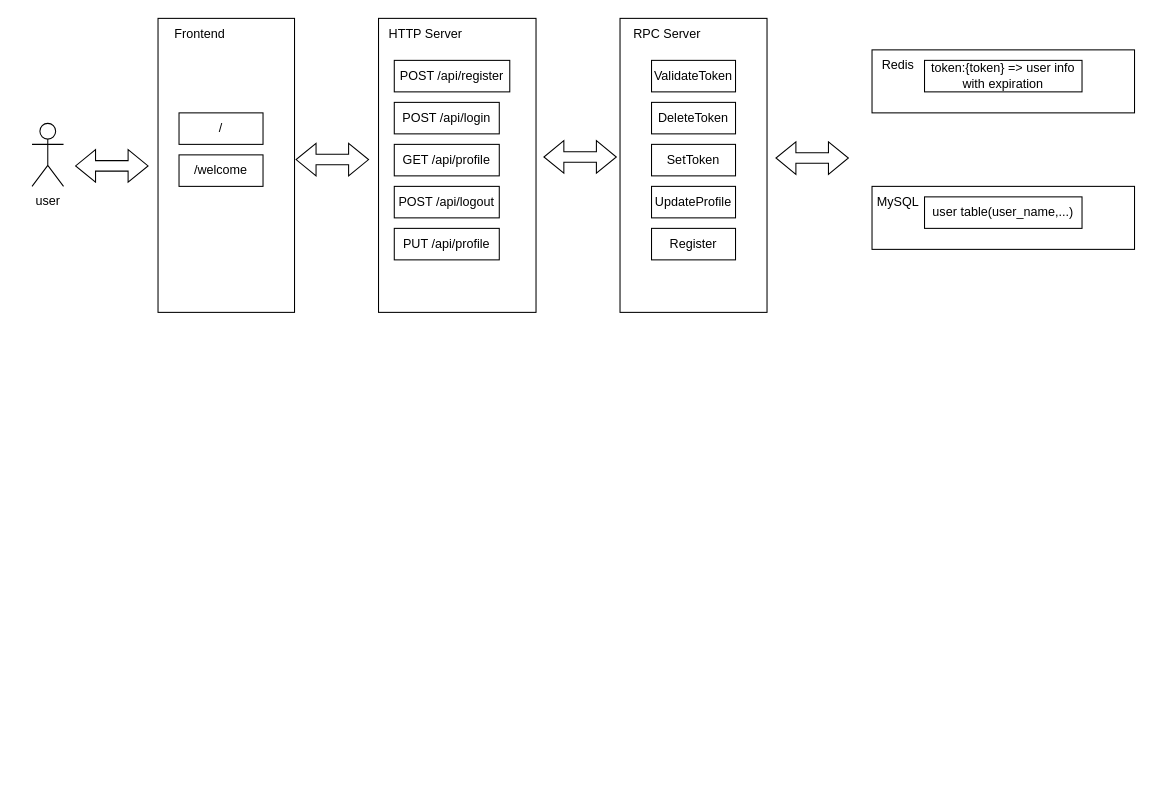
The draw.io diagram page "System Overview" (1 of 3) of entry_task.drawio in xhd2015/bog, before the edit. Source tidied: cells renumbered, new cells numbered last; positions are measured from the earlier drawing's top-left corner, leaving out a move shared by most shapes. Both pictures are drawn from the tidied source at 105%, with x=0, y=0 at pixel (32, 18).
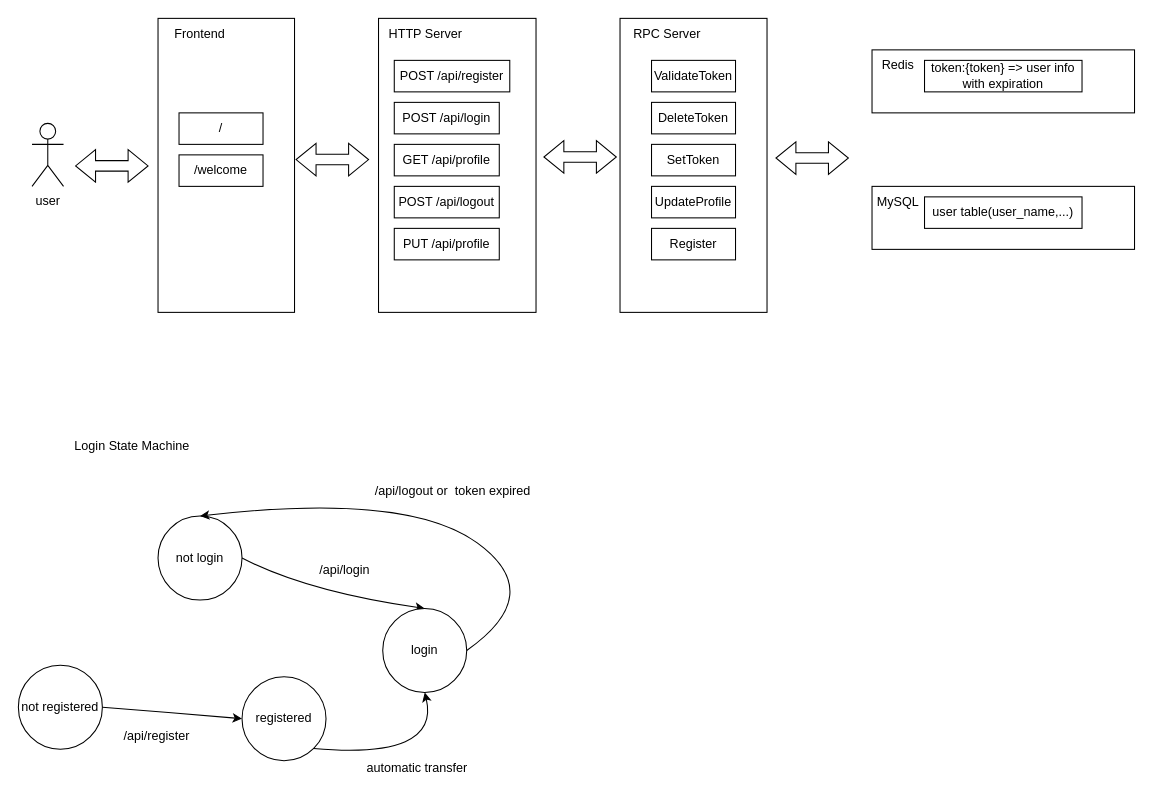
The same page after the edit.

Diff of the diagram source:
```diff
@@
+    <mxCell id="31" value="Login State Machine" style="text;html=1;strokeColor=none;fillColor=none;align=center;verticalAlign=middle;whiteSpace=wrap;rounded=0;" parent="1" vertex="1">
+      <mxGeometry x="14" y="393" width="163" height="30" as="geometry" />
+    </mxCell>
+    <mxCell id="32" value="not login" style="ellipse;whiteSpace=wrap;html=1;" parent="1" vertex="1">
+      <mxGeometry x="120" y="474" width="80" height="80" as="geometry" />
+    </mxCell>
+    <mxCell id="33" style="curved=1;endArrow=classic;html=1;rounded=0;exitX=1;exitY=0.5;exitDx=0;exitDy=0;entryX=0.5;entryY=0;entryDx=0;entryDy=0;" parent="1" edge="1" source="32" target="35">
+      <mxGeometry relative="1" as="geometry">
+        <Array as="points">
+          <mxPoint x="262" y="546" />
+        </Array>
+      </mxGeometry>
+    </mxCell>
+    <mxCell id="34" value="/api/login" style="text;html=1;strokeColor=none;fillColor=none;align=center;verticalAlign=middle;whiteSpace=wrap;rounded=0;" parent="1" vertex="1">
+      <mxGeometry x="220" y="511" width="156" height="30" as="geometry" />
+    </mxCell>
+    <mxCell id="35" value="login" style="ellipse;whiteSpace=wrap;html=1;" parent="1" vertex="1">
+      <mxGeometry x="334" y="562" width="80" height="80" as="geometry" />
+    </mxCell>
+    <mxCell id="36" value="not registered" style="ellipse;whiteSpace=wrap;html=1;" parent="1" vertex="1">
+      <mxGeometry x="-13" y="616" width="80" height="80" as="geometry" />
+    </mxCell>
+    <mxCell id="37" style="curved=1;endArrow=classic;html=1;rounded=0;exitX=1;exitY=0.5;exitDx=0;exitDy=0;entryX=0;entryY=0.5;entryDx=0;entryDy=0;" parent="1" edge="1" source="36" target="39">
+      <mxGeometry relative="1" as="geometry">
+        <Array as="points">
+          <mxPoint x="132" y="661" />
+        </Array>
+      </mxGeometry>
+    </mxCell>
+    <mxCell id="38" value="/api/register" style="text;html=1;strokeColor=none;fillColor=none;align=center;verticalAlign=middle;whiteSpace=wrap;rounded=0;" parent="1" vertex="1">
+      <mxGeometry x="41" y="669" width="156" height="30" as="geometry" />
+    </mxCell>
+    <mxCell id="39" value="registered" style="ellipse;whiteSpace=wrap;html=1;" parent="1" vertex="1">
+      <mxGeometry x="200" y="627" width="80" height="80" as="geometry" />
+    </mxCell>
+    <mxCell id="40" style="curved=1;endArrow=classic;html=1;rounded=0;exitX=1;exitY=1;exitDx=0;exitDy=0;entryX=0.5;entryY=1;entryDx=0;entryDy=0;" parent="1" edge="1" source="39" target="35">
+      <mxGeometry relative="1" as="geometry">
+        <Array as="points">
+          <mxPoint x="389" y="706" />
+        </Array>
+      </mxGeometry>
+    </mxCell>
+    <mxCell id="41" value="automatic transfer" style="text;html=1;strokeColor=none;fillColor=none;align=center;verticalAlign=middle;whiteSpace=wrap;rounded=0;" parent="1" vertex="1">
+      <mxGeometry x="289" y="699" width="156" height="30" as="geometry" />
+    </mxCell>
+    <mxCell id="42" style="curved=1;endArrow=classic;html=1;rounded=0;exitX=1;exitY=0.5;exitDx=0;exitDy=0;entryX=0.5;entryY=0;entryDx=0;entryDy=0;" parent="1" edge="1" source="35" target="32">
+      <mxGeometry relative="1" as="geometry">
+        <Array as="points">
+          <mxPoint x="491" y="548" />
+          <mxPoint x="357" y="451" />
+        </Array>
+      </mxGeometry>
+    </mxCell>
+    <mxCell id="43" value="/api/logout or&amp;nbsp; token expired" style="text;html=1;strokeColor=none;fillColor=none;align=center;verticalAlign=middle;whiteSpace=wrap;rounded=0;" parent="1" vertex="1">
+      <mxGeometry x="318" y="435" width="166" height="30" as="geometry" />
+    </mxCell>
```
